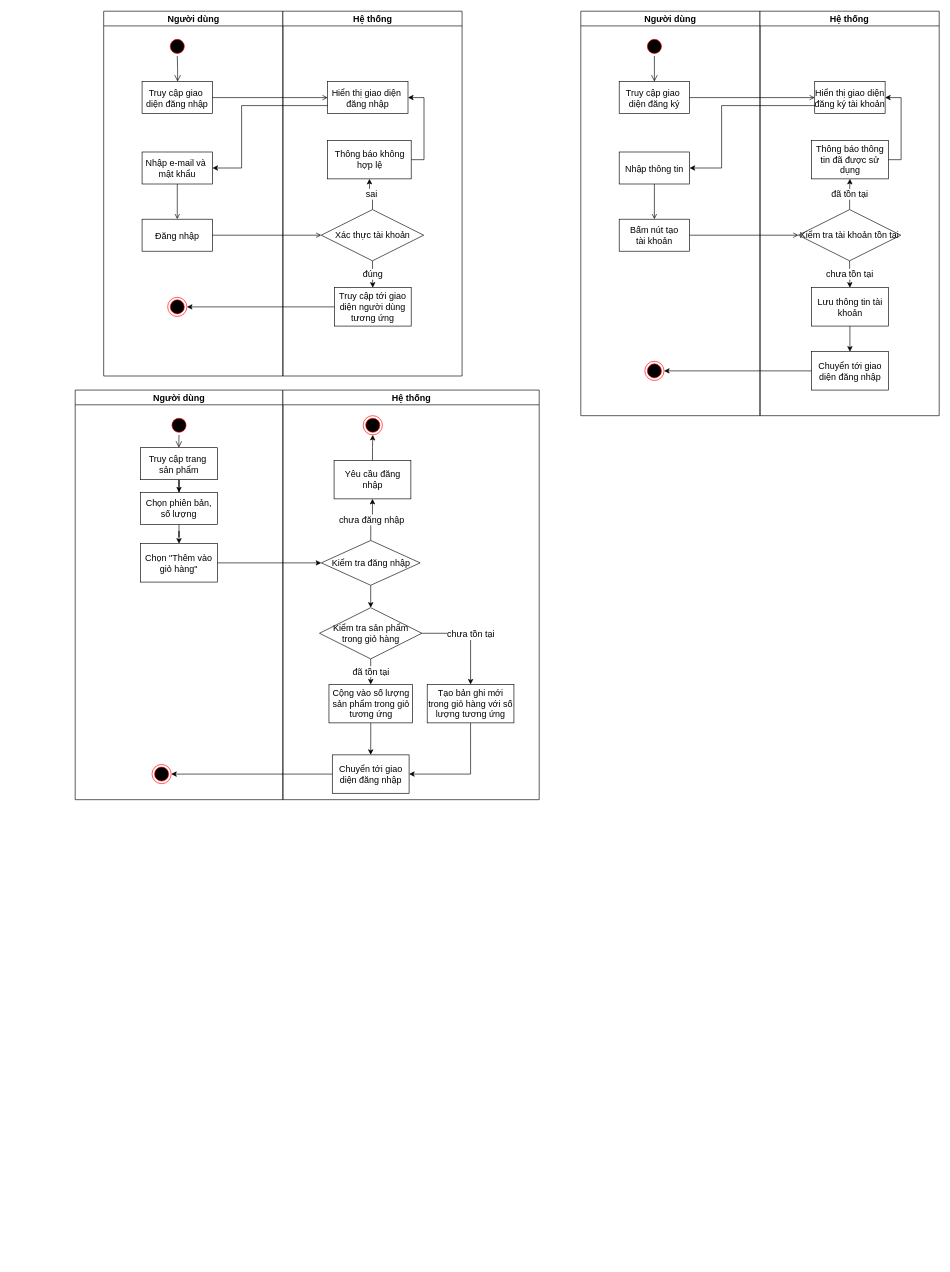
This is Activity Diagram.drawio from minhtienth15/mynote, a draw.io file, before an edit. Source tidied: cells renumbered, new cells numbered last; positions are measured from the earlier drawing's top-left corner, leaving out a move shared by most shapes. Both pictures are drawn from the tidied source at 64%, with x=0, y=0 at pixel (75, 11).
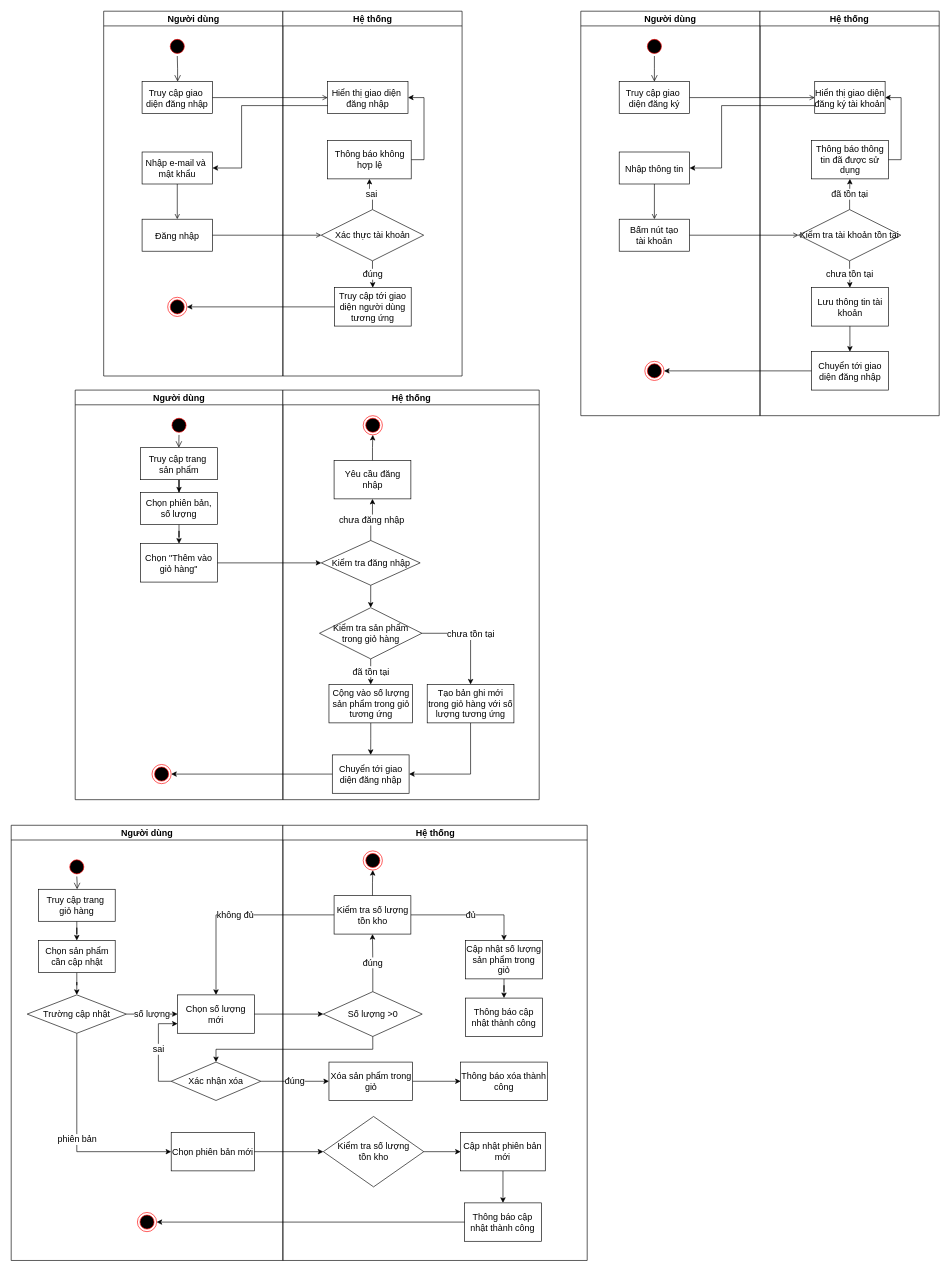
After the change.

Commit message (it also covers changes not shown here):
Cập nhật Activity Diagram.drawio

The edit, as a diff of the source:
```diff
@@
+    <mxCell id="70" value="Người dùng" style="swimlane;whiteSpace=wrap;fontSize=14;" parent="1" vertex="1">
+      <mxGeometry x="-100" y="1272" width="424.5" height="680" as="geometry" />
+    </mxCell>
+    <mxCell id="71" style="ellipse;shape=startState;fillColor=#000000;strokeColor=#ff0000;fontSize=14;" parent="70" vertex="1">
+      <mxGeometry x="87.5" y="50" width="30" height="30" as="geometry" />
+    </mxCell>
+    <mxCell id="72" style="edgeStyle=elbowEdgeStyle;elbow=horizontal;verticalAlign=bottom;endArrow=open;endSize=8;strokeColor=#000000;endFill=1;rounded=0;fontSize=14;" parent="70" edge="1" source="71" target="74">
+      <mxGeometry x="100" y="40" as="geometry" />
+    </mxCell>
+    <mxCell id="73" style="edgeStyle=orthogonalEdgeStyle;rounded=0;jettySize=auto;html=1;fontSize=14;" parent="70" edge="1" source="74" target="76">
+      <mxGeometry relative="1" as="geometry" />
+    </mxCell>
+    <mxCell id="74" value="Truy cập trang &#10;giỏ hàng" style="fontSize=14;" parent="70" vertex="1">
+      <mxGeometry x="42.5" y="100" width="120" height="50" as="geometry" />
+    </mxCell>
+    <mxCell id="75" style="edgeStyle=orthogonalEdgeStyle;rounded=0;jettySize=auto;html=1;fontSize=14;" parent="70" edge="1" source="76" target="80">
+      <mxGeometry relative="1" as="geometry" />
+    </mxCell>
+    <mxCell id="76" value="Chọn sản phẩm cần cập nhật" style="whiteSpace=wrap;html=1;fontSize=14;" parent="70" vertex="1">
+      <mxGeometry x="42.5" y="180" width="120" height="50" as="geometry" />
+    </mxCell>
+    <mxCell id="77" style="ellipse;html=1;shape=endState;fillColor=#000000;strokeColor=#ff0000;fontSize=14;" parent="70" vertex="1">
+      <mxGeometry x="197.2" y="605" width="30" height="30" as="geometry" />
+    </mxCell>
+    <mxCell id="78" value="số lượng" style="edgeStyle=orthogonalEdgeStyle;rounded=0;jettySize=auto;html=1;exitX=1;exitY=0.5;exitDx=0;exitDy=0;entryX=0;entryY=0.5;entryDx=0;entryDy=0;fontSize=14;" parent="70" edge="1" source="80" target="81">
+      <mxGeometry relative="1" as="geometry" />
+    </mxCell>
+    <mxCell id="79" value="phiên bản" style="edgeStyle=orthogonalEdgeStyle;rounded=0;jettySize=auto;html=1;exitX=0.5;exitY=1;exitDx=0;exitDy=0;entryX=0;entryY=0.5;entryDx=0;entryDy=0;fontSize=14;" parent="70" edge="1" source="80" target="84">
+      <mxGeometry relative="1" as="geometry" />
+    </mxCell>
+    <mxCell id="80" value="Trường cập nhật" style="rhombus;whiteSpace=wrap;html=1;fontSize=14;" parent="70" vertex="1">
+      <mxGeometry x="25" y="265" width="155" height="60" as="geometry" />
+    </mxCell>
+    <mxCell id="81" value="Chọn số lượng mới" style="whiteSpace=wrap;html=1;fontSize=14;" parent="70" vertex="1">
+      <mxGeometry x="260" y="265" width="120" height="60" as="geometry" />
+    </mxCell>
+    <mxCell id="82" value="sai" style="edgeStyle=orthogonalEdgeStyle;rounded=0;jettySize=auto;html=1;exitX=0;exitY=0.5;exitDx=0;exitDy=0;entryX=0;entryY=0.75;entryDx=0;entryDy=0;fontSize=14;" parent="70" edge="1" source="83" target="81">
+      <mxGeometry relative="1" as="geometry" />
+    </mxCell>
+    <mxCell id="83" value="Xác nhận xóa" style="rhombus;whiteSpace=wrap;html=1;fontSize=14;" parent="70" vertex="1">
+      <mxGeometry x="250" y="370" width="140" height="60" as="geometry" />
+    </mxCell>
+    <mxCell id="84" value="Chọn phiên bản mới" style="whiteSpace=wrap;html=1;fontSize=14;" parent="70" vertex="1">
+      <mxGeometry x="250" y="480" width="130" height="60" as="geometry" />
+    </mxCell>
+    <mxCell id="85" value="Hệ thống" style="swimlane;whiteSpace=wrap;fontSize=14;" parent="1" vertex="1">
+      <mxGeometry x="324.5" y="1272" width="475.5" height="680" as="geometry" />
+    </mxCell>
+    <mxCell id="86" style="edgeStyle=orthogonalEdgeStyle;rounded=0;jettySize=auto;html=1;exitX=1;exitY=0.5;exitDx=0;exitDy=0;entryX=0;entryY=0.5;entryDx=0;entryDy=0;fontSize=14;" parent="85" edge="1" source="87" target="94">
+      <mxGeometry relative="1" as="geometry" />
+    </mxCell>
+    <mxCell id="87" value="Xóa sản phẩm trong giỏ" style="whiteSpace=wrap;html=1;fontSize=14;" parent="85" vertex="1">
+      <mxGeometry x="72" y="370" width="130.5" height="60" as="geometry" />
+    </mxCell>
+    <mxCell id="88" value="đúng" style="edgeStyle=orthogonalEdgeStyle;rounded=0;jettySize=auto;html=1;fontSize=14;" parent="85" edge="1" source="89" target="92">
+      <mxGeometry relative="1" as="geometry" />
+    </mxCell>
+    <mxCell id="89" value="Số lượng &amp;gt;0" style="rhombus;whiteSpace=wrap;html=1;fontSize=14;" parent="85" vertex="1">
+      <mxGeometry x="63.2" y="260" width="154.5" height="70" as="geometry" />
+    </mxCell>
+    <mxCell id="90" style="edgeStyle=orthogonalEdgeStyle;rounded=0;jettySize=auto;html=1;exitX=0.5;exitY=0;exitDx=0;exitDy=0;entryX=0.5;entryY=1;entryDx=0;entryDy=0;fontSize=14;" parent="85" edge="1" source="92" target="93">
+      <mxGeometry relative="1" as="geometry" />
+    </mxCell>
+    <mxCell id="91" value="đủ" style="edgeStyle=orthogonalEdgeStyle;rounded=0;jettySize=auto;html=1;fontSize=14;" parent="85" edge="1" source="92" target="96">
+      <mxGeometry relative="1" as="geometry" />
+    </mxCell>
+    <mxCell id="92" value="Kiểm tra số lượng tồn kho" style="whiteSpace=wrap;html=1;fontSize=14;" parent="85" vertex="1">
+      <mxGeometry x="80" y="110" width="120" height="60" as="geometry" />
+    </mxCell>
+    <mxCell id="93" style="ellipse;html=1;shape=endState;fillColor=#000000;strokeColor=#ff0000;fontSize=14;" parent="85" vertex="1">
+      <mxGeometry x="125.5" y="40" width="30" height="30" as="geometry" />
+    </mxCell>
+    <mxCell id="94" value="Thông báo xóa thành công" style="whiteSpace=wrap;html=1;fontSize=14;" parent="85" vertex="1">
+      <mxGeometry x="277.8" y="370" width="135.5" height="60" as="geometry" />
+    </mxCell>
+    <mxCell id="95" style="edgeStyle=orthogonalEdgeStyle;rounded=0;jettySize=auto;html=1;fontSize=14;" parent="85" edge="1" source="96" target="97">
+      <mxGeometry relative="1" as="geometry" />
+    </mxCell>
+    <mxCell id="96" value="Cập nhật số lượng sản phẩm trong giỏ" style="whiteSpace=wrap;html=1;fontSize=14;" parent="85" vertex="1">
+      <mxGeometry x="285.5" y="180" width="120" height="60" as="geometry" />
+    </mxCell>
+    <mxCell id="97" value="Thông báo cập nhật thành công" style="whiteSpace=wrap;html=1;fontSize=14;" parent="85" vertex="1">
+      <mxGeometry x="285.5" y="270" width="120" height="60" as="geometry" />
+    </mxCell>
+    <mxCell id="98" style="edgeStyle=orthogonalEdgeStyle;rounded=0;jettySize=auto;html=1;" parent="85" edge="1" source="99" target="101">
+      <mxGeometry relative="1" as="geometry" />
+    </mxCell>
+    <mxCell id="99" value="Kiểm tra số lượng&lt;br&gt;tồn kho" style="rhombus;whiteSpace=wrap;html=1;fontSize=14;" parent="85" vertex="1">
+      <mxGeometry x="63.2" y="455" width="157" height="110" as="geometry" />
+    </mxCell>
+    <mxCell id="100" style="edgeStyle=orthogonalEdgeStyle;rounded=0;jettySize=auto;html=1;" parent="85" edge="1" source="101" target="102">
+      <mxGeometry relative="1" as="geometry" />
+    </mxCell>
+    <mxCell id="101" value="Cập nhật phiên bản mới" style="whiteSpace=wrap;html=1;fontSize=14;" parent="85" vertex="1">
+      <mxGeometry x="277.8" y="480" width="132.2" height="60" as="geometry" />
+    </mxCell>
+    <mxCell id="102" value="Thông báo cập nhật thành công" style="whiteSpace=wrap;html=1;fontSize=14;" parent="85" vertex="1">
+      <mxGeometry x="283.9" y="590" width="120" height="60" as="geometry" />
+    </mxCell>
+    <mxCell id="103" style="edgeStyle=orthogonalEdgeStyle;rounded=0;jettySize=auto;html=1;exitX=1;exitY=0.5;exitDx=0;exitDy=0;entryX=0;entryY=0.5;entryDx=0;entryDy=0;fontSize=14;" parent="1" edge="1" source="81" target="89">
+      <mxGeometry relative="1" as="geometry" />
+    </mxCell>
+    <mxCell id="104" value="không đủ" style="edgeStyle=orthogonalEdgeStyle;rounded=0;jettySize=auto;html=1;exitX=0;exitY=0.5;exitDx=0;exitDy=0;entryX=0.5;entryY=0;entryDx=0;entryDy=0;fontSize=14;" parent="1" edge="1" source="92" target="81">
+      <mxGeometry relative="1" as="geometry" />
+    </mxCell>
+    <mxCell id="105" value="đúng" style="edgeStyle=orthogonalEdgeStyle;rounded=0;jettySize=auto;html=1;fontSize=14;" parent="1" edge="1" source="83" target="87">
+      <mxGeometry relative="1" as="geometry" />
+    </mxCell>
+    <mxCell id="106" style="edgeStyle=orthogonalEdgeStyle;rounded=0;jettySize=auto;html=1;exitX=0.5;exitY=1;exitDx=0;exitDy=0;entryX=0.5;entryY=0;entryDx=0;entryDy=0;fontSize=14;" parent="1" edge="1" source="89" target="83">
+      <mxGeometry relative="1" as="geometry" />
+    </mxCell>
+    <mxCell id="107" style="edgeStyle=orthogonalEdgeStyle;rounded=0;jettySize=auto;html=1;exitX=1;exitY=0.5;exitDx=0;exitDy=0;entryX=0;entryY=0.5;entryDx=0;entryDy=0;fontSize=14;" parent="1" edge="1" source="84" target="99">
+      <mxGeometry relative="1" as="geometry" />
+    </mxCell>
+    <mxCell id="108" style="edgeStyle=orthogonalEdgeStyle;rounded=0;jettySize=auto;html=1;exitX=0;exitY=0.5;exitDx=0;exitDy=0;entryX=1;entryY=0.5;entryDx=0;entryDy=0;" parent="1" edge="1" source="102" target="77">
+      <mxGeometry relative="1" as="geometry" />
+    </mxCell>
```
